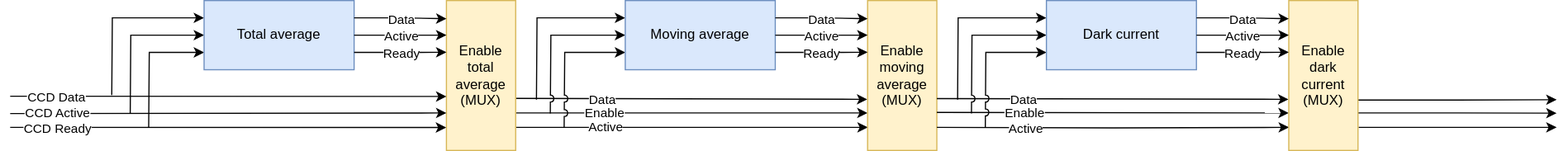
sesimo/monorepo keeps this draw.io diagram as charts/pipeline.svg. Above is the earlier version. Source tidied: cells renumbered, new cells last; positions are measured from the earlier drawing's top-left corner, leaving out a move shared by most shapes. Source of this version:
```xml
<mxGraphModel>
  <root>
    <mxCell id="0" />
    <mxCell id="1" parent="0" />
    <mxCell id="2" style="edgeStyle=orthogonalEdgeStyle;rounded=0;jettySize=auto;html=1;exitX=0;exitY=0.25;exitDx=0;exitDy=0;endArrow=none;startFill=1;startArrow=classic;" parent="1" edge="1" source="5">
      <mxGeometry relative="1" as="geometry">
        <mxPoint x="88" y="82" as="targetPoint" />
      </mxGeometry>
    </mxCell>
    <mxCell id="3" style="edgeStyle=orthogonalEdgeStyle;rounded=0;jettySize=auto;html=1;exitX=0;exitY=0.5;exitDx=0;exitDy=0;endArrow=none;startFill=1;startArrow=classic;" parent="1" edge="1" source="5">
      <mxGeometry relative="1" as="geometry">
        <mxPoint x="104" y="98" as="targetPoint" />
      </mxGeometry>
    </mxCell>
    <mxCell id="4" style="edgeStyle=orthogonalEdgeStyle;rounded=0;jettySize=auto;html=1;exitX=0;exitY=0.75;exitDx=0;exitDy=0;endArrow=none;startFill=1;startArrow=classic;" parent="1" edge="1" source="5">
      <mxGeometry relative="1" as="geometry">
        <mxPoint x="120" y="110" as="targetPoint" />
      </mxGeometry>
    </mxCell>
    <mxCell id="5" value="Total average" style="rounded=0;whiteSpace=wrap;html=1;fillColor=#dae8fc;strokeColor=#6c8ebf;" parent="1" vertex="1">
      <mxGeometry x="168" width="130" height="60" as="geometry" />
    </mxCell>
    <mxCell id="6" style="edgeStyle=orthogonalEdgeStyle;rounded=0;jettySize=auto;html=1;exitX=1.001;exitY=0.846;exitDx=0;exitDy=0;entryX=0.003;entryY=0.846;entryDx=0;entryDy=0;entryPerimeter=0;exitPerimeter=0;" parent="1" edge="1" source="12" target="27">
      <mxGeometry relative="1" as="geometry" />
    </mxCell>
    <mxCell id="7" value="Active" style="edgeLabel;html=1;align=center;verticalAlign=middle;" parent="6" vertex="1">
      <mxGeometry x="-0.49" relative="1" as="geometry" />
    </mxCell>
    <mxCell id="8" style="edgeStyle=orthogonalEdgeStyle;rounded=0;jettySize=auto;html=1;exitX=1;exitY=0.75;exitDx=0;exitDy=0;entryX=0;entryY=0.75;entryDx=0;entryDy=0;" parent="1" edge="1" source="12" target="27">
      <mxGeometry relative="1" as="geometry" />
    </mxCell>
    <mxCell id="9" value="Enable" style="edgeLabel;html=1;align=center;verticalAlign=middle;" parent="8" vertex="1">
      <mxGeometry x="-0.5" relative="1" as="geometry" />
    </mxCell>
    <mxCell id="10" style="edgeStyle=orthogonalEdgeStyle;rounded=0;jettySize=auto;html=1;exitX=1;exitY=0.653;exitDx=0;exitDy=0;entryX=-0.004;entryY=0.659;entryDx=0;entryDy=0;exitPerimeter=0;entryPerimeter=0;" parent="1" edge="1" source="12" target="27">
      <mxGeometry relative="1" as="geometry">
        <Array as="points">
          <mxPoint x="440" y="85" />
        </Array>
      </mxGeometry>
    </mxCell>
    <mxCell id="11" value="Data" style="edgeLabel;html=1;align=center;verticalAlign=middle;" parent="10" vertex="1">
      <mxGeometry x="-0.49" relative="1" as="geometry">
        <mxPoint x="-3" as="offset" />
      </mxGeometry>
    </mxCell>
    <mxCell id="12" value="Enable total average (MUX)" style="rounded=0;whiteSpace=wrap;html=1;fillColor=#fff2cc;strokeColor=#d6b656;" parent="1" vertex="1">
      <mxGeometry x="378" width="60" height="130" as="geometry" />
    </mxCell>
    <mxCell id="13" style="edgeStyle=orthogonalEdgeStyle;rounded=0;jettySize=auto;html=1;exitX=1;exitY=0.25;exitDx=0;exitDy=0;entryX=0.001;entryY=0.121;entryDx=0;entryDy=0;entryPerimeter=0;" parent="1" edge="1" source="5" target="12">
      <mxGeometry relative="1" as="geometry" />
    </mxCell>
    <mxCell id="14" value="Data" style="edgeLabel;html=1;align=center;verticalAlign=middle;" parent="13" vertex="1">
      <mxGeometry x="-0.3" y="-1" relative="1" as="geometry">
        <mxPoint x="12" as="offset" />
      </mxGeometry>
    </mxCell>
    <mxCell id="15" style="edgeStyle=orthogonalEdgeStyle;rounded=0;jettySize=auto;html=1;exitX=1;exitY=0.5;exitDx=0;exitDy=0;" parent="1" edge="1" source="5">
      <mxGeometry relative="1" as="geometry">
        <mxPoint x="378" y="30" as="targetPoint" />
      </mxGeometry>
    </mxCell>
    <mxCell id="16" value="Active" style="edgeLabel;html=1;align=center;verticalAlign=middle;" parent="15" vertex="1">
      <mxGeometry x="-0.1" y="-1" relative="1" as="geometry">
        <mxPoint x="4" y="-1" as="offset" />
      </mxGeometry>
    </mxCell>
    <mxCell id="17" style="edgeStyle=orthogonalEdgeStyle;rounded=0;jettySize=auto;html=1;exitX=1;exitY=0.75;exitDx=0;exitDy=0;entryX=0;entryY=0.345;entryDx=0;entryDy=0;entryPerimeter=0;" parent="1" edge="1" source="5" target="12">
      <mxGeometry relative="1" as="geometry" />
    </mxCell>
    <mxCell id="18" value="Ready" style="edgeLabel;html=1;align=center;verticalAlign=middle;" parent="17" vertex="1">
      <mxGeometry x="-0.23" relative="1" as="geometry">
        <mxPoint x="9" as="offset" />
      </mxGeometry>
    </mxCell>
    <mxCell id="19" style="edgeStyle=orthogonalEdgeStyle;rounded=0;jettySize=auto;html=1;entryX=0;entryY=0.64;entryDx=0;entryDy=0;entryPerimeter=0;" parent="1" edge="1" target="12">
      <mxGeometry relative="1" as="geometry">
        <mxPoint y="83" as="sourcePoint" />
        <Array as="points">
          <mxPoint x="14" y="83" />
          <mxPoint x="14" y="83" />
        </Array>
      </mxGeometry>
    </mxCell>
    <mxCell id="20" value="CCD Data" style="edgeLabel;html=1;align=center;verticalAlign=middle;" parent="19" vertex="1">
      <mxGeometry x="-0.9" relative="1" as="geometry">
        <mxPoint x="21" as="offset" />
      </mxGeometry>
    </mxCell>
    <mxCell id="21" style="edgeStyle=orthogonalEdgeStyle;rounded=0;jettySize=auto;html=1;entryX=0;entryY=0.75;entryDx=0;entryDy=0;" parent="1" edge="1" target="12">
      <mxGeometry relative="1" as="geometry">
        <mxPoint y="98" as="sourcePoint" />
        <Array as="points">
          <mxPoint x="10" y="98" />
          <mxPoint x="268" y="98" />
        </Array>
      </mxGeometry>
    </mxCell>
    <mxCell id="22" value="CCD Active" style="edgeLabel;html=1;align=center;verticalAlign=middle;" parent="21" vertex="1">
      <mxGeometry x="-0.82" relative="1" as="geometry">
        <mxPoint x="7" as="offset" />
      </mxGeometry>
    </mxCell>
    <mxCell id="23" style="edgeStyle=orthogonalEdgeStyle;rounded=0;jettySize=auto;html=1;exitX=0;exitY=0.25;exitDx=0;exitDy=0;endArrow=none;startFill=1;startArrow=classic;" parent="1" edge="1" source="26">
      <mxGeometry relative="1" as="geometry">
        <mxPoint x="456" y="86" as="targetPoint" />
      </mxGeometry>
    </mxCell>
    <mxCell id="24" style="edgeStyle=orthogonalEdgeStyle;rounded=0;jettySize=auto;html=1;exitX=0;exitY=0.5;exitDx=0;exitDy=0;endArrow=none;startFill=1;startArrow=classic;jumpStyle=arc;" parent="1" edge="1" source="26">
      <mxGeometry relative="1" as="geometry">
        <mxPoint x="468" y="98" as="targetPoint" />
      </mxGeometry>
    </mxCell>
    <mxCell id="25" style="edgeStyle=orthogonalEdgeStyle;rounded=0;jettySize=auto;html=1;exitX=0;exitY=0.75;exitDx=0;exitDy=0;startArrow=classic;startFill=1;endArrow=none;jumpStyle=arc;" parent="1" edge="1" source="26">
      <mxGeometry relative="1" as="geometry">
        <mxPoint x="480" y="110" as="targetPoint" />
      </mxGeometry>
    </mxCell>
    <mxCell id="26" value="Moving average" style="rounded=0;whiteSpace=wrap;html=1;fillColor=#dae8fc;strokeColor=#6c8ebf;" parent="1" vertex="1">
      <mxGeometry x="532.9" width="130" height="60" as="geometry" />
    </mxCell>
    <mxCell id="27" value="Enable moving average (MUX)" style="rounded=0;whiteSpace=wrap;html=1;fillColor=#fff2cc;strokeColor=#d6b656;" parent="1" vertex="1">
      <mxGeometry x="742.9" width="60" height="130" as="geometry" />
    </mxCell>
    <mxCell id="28" style="edgeStyle=orthogonalEdgeStyle;rounded=0;jettySize=auto;html=1;exitX=1;exitY=0.25;exitDx=0;exitDy=0;entryX=0.001;entryY=0.121;entryDx=0;entryDy=0;entryPerimeter=0;" parent="1" edge="1" source="26" target="27">
      <mxGeometry relative="1" as="geometry" />
    </mxCell>
    <mxCell id="29" value="Data" style="edgeLabel;html=1;align=center;verticalAlign=middle;" parent="28" vertex="1">
      <mxGeometry x="-0.3" y="-1" relative="1" as="geometry">
        <mxPoint x="12" as="offset" />
      </mxGeometry>
    </mxCell>
    <mxCell id="30" style="edgeStyle=orthogonalEdgeStyle;rounded=0;jettySize=auto;html=1;exitX=1;exitY=0.5;exitDx=0;exitDy=0;" parent="1" edge="1" source="26">
      <mxGeometry relative="1" as="geometry">
        <mxPoint x="742.9" y="30" as="targetPoint" />
      </mxGeometry>
    </mxCell>
    <mxCell id="31" value="Active" style="edgeLabel;html=1;align=center;verticalAlign=middle;" parent="30" vertex="1">
      <mxGeometry x="-0.1" y="-1" relative="1" as="geometry">
        <mxPoint x="4" y="-1" as="offset" />
      </mxGeometry>
    </mxCell>
    <mxCell id="32" style="edgeStyle=orthogonalEdgeStyle;rounded=0;jettySize=auto;html=1;exitX=1;exitY=0.75;exitDx=0;exitDy=0;entryX=0;entryY=0.345;entryDx=0;entryDy=0;entryPerimeter=0;" parent="1" edge="1" source="26" target="27">
      <mxGeometry relative="1" as="geometry" />
    </mxCell>
    <mxCell id="33" value="Ready" style="edgeLabel;html=1;align=center;verticalAlign=middle;" parent="32" vertex="1">
      <mxGeometry x="-0.23" relative="1" as="geometry">
        <mxPoint x="9" as="offset" />
      </mxGeometry>
    </mxCell>
    <mxCell id="34" style="edgeStyle=orthogonalEdgeStyle;rounded=0;jettySize=auto;html=1;entryX=-0.004;entryY=0.847;entryDx=0;entryDy=0;entryPerimeter=0;" parent="1" edge="1" target="12">
      <mxGeometry relative="1" as="geometry">
        <mxPoint y="110" as="sourcePoint" />
        <Array as="points">
          <mxPoint x="10" y="110" />
        </Array>
      </mxGeometry>
    </mxCell>
    <mxCell id="35" value="CCD Ready" style="edgeLabel;html=1;align=center;verticalAlign=middle;" parent="34" vertex="1">
      <mxGeometry x="-0.84" relative="1" as="geometry">
        <mxPoint x="10" as="offset" />
      </mxGeometry>
    </mxCell>
    <mxCell id="36" style="edgeStyle=orthogonalEdgeStyle;rounded=0;jettySize=auto;html=1;exitX=1.001;exitY=0.846;exitDx=0;exitDy=0;entryX=0.003;entryY=0.846;entryDx=0;entryDy=0;entryPerimeter=0;exitPerimeter=0;" parent="1" edge="1" target="49">
      <mxGeometry relative="1" as="geometry">
        <mxPoint x="802.9" y="110" as="sourcePoint" />
      </mxGeometry>
    </mxCell>
    <mxCell id="37" value="Active" style="edgeLabel;html=1;align=center;verticalAlign=middle;" parent="36" vertex="1">
      <mxGeometry x="-0.49" relative="1" as="geometry" />
    </mxCell>
    <mxCell id="38" style="edgeStyle=orthogonalEdgeStyle;rounded=0;jettySize=auto;html=1;exitX=1;exitY=0.75;exitDx=0;exitDy=0;entryX=0;entryY=0.75;entryDx=0;entryDy=0;" parent="1" edge="1" target="49">
      <mxGeometry relative="1" as="geometry">
        <mxPoint x="802.9" y="97" as="sourcePoint" />
      </mxGeometry>
    </mxCell>
    <mxCell id="39" value="Enable" style="edgeLabel;html=1;align=center;verticalAlign=middle;" parent="38" vertex="1">
      <mxGeometry x="-0.5" relative="1" as="geometry" />
    </mxCell>
    <mxCell id="40" style="edgeStyle=orthogonalEdgeStyle;rounded=0;jettySize=auto;html=1;exitX=1;exitY=0.653;exitDx=0;exitDy=0;entryX=-0.004;entryY=0.659;entryDx=0;entryDy=0;exitPerimeter=0;entryPerimeter=0;" parent="1" edge="1" target="49">
      <mxGeometry relative="1" as="geometry">
        <mxPoint x="802.9" y="85" as="sourcePoint" />
        <Array as="points">
          <mxPoint x="804.9" y="85" />
        </Array>
      </mxGeometry>
    </mxCell>
    <mxCell id="41" value="Data" style="edgeLabel;html=1;align=center;verticalAlign=middle;" parent="40" vertex="1">
      <mxGeometry x="-0.49" relative="1" as="geometry">
        <mxPoint x="-3" as="offset" />
      </mxGeometry>
    </mxCell>
    <mxCell id="42" style="edgeStyle=orthogonalEdgeStyle;rounded=0;jettySize=auto;html=1;exitX=0;exitY=0.25;exitDx=0;exitDy=0;endArrow=none;startFill=1;startArrow=classic;" parent="1" edge="1" source="45">
      <mxGeometry relative="1" as="geometry">
        <mxPoint x="820.9" y="86" as="targetPoint" />
      </mxGeometry>
    </mxCell>
    <mxCell id="43" style="edgeStyle=orthogonalEdgeStyle;rounded=0;jettySize=auto;html=1;exitX=0;exitY=0.5;exitDx=0;exitDy=0;endArrow=none;startFill=1;startArrow=classic;jumpStyle=arc;" parent="1" edge="1" source="45">
      <mxGeometry relative="1" as="geometry">
        <mxPoint x="832.9" y="98" as="targetPoint" />
      </mxGeometry>
    </mxCell>
    <mxCell id="44" style="edgeStyle=orthogonalEdgeStyle;rounded=0;jettySize=auto;html=1;exitX=0;exitY=0.75;exitDx=0;exitDy=0;startArrow=classic;startFill=1;endArrow=none;jumpStyle=arc;" parent="1" edge="1" source="45">
      <mxGeometry relative="1" as="geometry">
        <mxPoint x="844.9" y="110" as="targetPoint" />
      </mxGeometry>
    </mxCell>
    <mxCell id="45" value="Dark current" style="rounded=0;whiteSpace=wrap;html=1;fillColor=#dae8fc;strokeColor=#6c8ebf;" parent="1" vertex="1">
      <mxGeometry x="897.9" width="130" height="60" as="geometry" />
    </mxCell>
    <mxCell id="46" style="edgeStyle=orthogonalEdgeStyle;rounded=0;jettySize=auto;html=1;exitX=1.008;exitY=0.846;exitDx=0;exitDy=0;exitPerimeter=0;" parent="1" edge="1" source="49">
      <mxGeometry relative="1" as="geometry">
        <mxPoint x="1340" y="110" as="targetPoint" />
        <Array as="points">
          <mxPoint x="1340" y="110" />
        </Array>
      </mxGeometry>
    </mxCell>
    <mxCell id="47" style="edgeStyle=orthogonalEdgeStyle;rounded=0;jettySize=auto;html=1;exitX=1;exitY=0.75;exitDx=0;exitDy=0;" parent="1" edge="1" source="49">
      <mxGeometry relative="1" as="geometry">
        <mxPoint x="1340" y="97.7" as="targetPoint" />
      </mxGeometry>
    </mxCell>
    <mxCell id="48" style="edgeStyle=orthogonalEdgeStyle;rounded=0;jettySize=auto;html=1;exitX=0.996;exitY=0.664;exitDx=0;exitDy=0;exitPerimeter=0;" parent="1" edge="1" source="49">
      <mxGeometry relative="1" as="geometry">
        <mxPoint x="1340" y="86" as="targetPoint" />
      </mxGeometry>
    </mxCell>
    <mxCell id="49" value="&lt;div&gt;Enable dark current&lt;/div&gt;&lt;div&gt;(MUX)&lt;/div&gt;" style="rounded=0;whiteSpace=wrap;html=1;fillColor=#fff2cc;strokeColor=#d6b656;" parent="1" vertex="1">
      <mxGeometry x="1107.9" width="60" height="130" as="geometry" />
    </mxCell>
    <mxCell id="50" style="edgeStyle=orthogonalEdgeStyle;rounded=0;jettySize=auto;html=1;exitX=1;exitY=0.25;exitDx=0;exitDy=0;entryX=0.001;entryY=0.121;entryDx=0;entryDy=0;entryPerimeter=0;" parent="1" edge="1" source="45" target="49">
      <mxGeometry relative="1" as="geometry" />
    </mxCell>
    <mxCell id="51" value="Data" style="edgeLabel;html=1;align=center;verticalAlign=middle;" parent="50" vertex="1">
      <mxGeometry x="-0.3" y="-1" relative="1" as="geometry">
        <mxPoint x="12" as="offset" />
      </mxGeometry>
    </mxCell>
    <mxCell id="52" style="edgeStyle=orthogonalEdgeStyle;rounded=0;jettySize=auto;html=1;exitX=1;exitY=0.5;exitDx=0;exitDy=0;" parent="1" edge="1" source="45">
      <mxGeometry relative="1" as="geometry">
        <mxPoint x="1107.9" y="30" as="targetPoint" />
      </mxGeometry>
    </mxCell>
    <mxCell id="53" value="Active" style="edgeLabel;html=1;align=center;verticalAlign=middle;" parent="52" vertex="1">
      <mxGeometry x="-0.1" y="-1" relative="1" as="geometry">
        <mxPoint x="4" y="-1" as="offset" />
      </mxGeometry>
    </mxCell>
    <mxCell id="54" style="edgeStyle=orthogonalEdgeStyle;rounded=0;jettySize=auto;html=1;exitX=1;exitY=0.75;exitDx=0;exitDy=0;entryX=0;entryY=0.345;entryDx=0;entryDy=0;entryPerimeter=0;" parent="1" edge="1" source="45" target="49">
      <mxGeometry relative="1" as="geometry" />
    </mxCell>
    <mxCell id="55" value="Ready" style="edgeLabel;html=1;align=center;verticalAlign=middle;" parent="54" vertex="1">
      <mxGeometry x="-0.23" relative="1" as="geometry">
        <mxPoint x="9" as="offset" />
      </mxGeometry>
    </mxCell>
  </root>
</mxGraphModel>
```
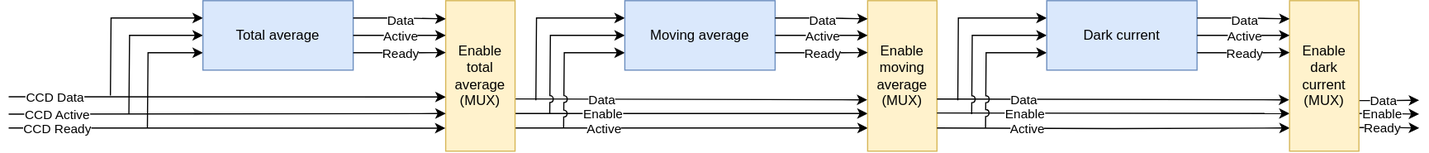
The same diagram one commit later.

The edit, as a diff of the source:
```diff
@@ -208,24 +208,36 @@
     <mxCell id="45" value="Dark current" style="rounded=0;whiteSpace=wrap;html=1;fillColor=#dae8fc;strokeColor=#6c8ebf;" parent="1" vertex="1">
       <mxGeometry x="897.9" width="130" height="60" as="geometry" />
     </mxCell>
-    <mxCell id="46" style="edgeStyle=orthogonalEdgeStyle;rounded=0;jettySize=auto;html=1;exitX=1.008;exitY=0.846;exitDx=0;exitDy=0;exitPerimeter=0;" parent="1" edge="1" source="49">
-      <mxGeometry relative="1" as="geometry">
-        <mxPoint x="1340" y="110" as="targetPoint" />
-        <Array as="points">
-          <mxPoint x="1340" y="110" />
-        </Array>
-      </mxGeometry>
-    </mxCell>
     <mxCell id="47" style="edgeStyle=orthogonalEdgeStyle;rounded=0;jettySize=auto;html=1;exitX=1;exitY=0.75;exitDx=0;exitDy=0;" parent="1" edge="1" source="49">
       <mxGeometry relative="1" as="geometry">
-        <mxPoint x="1340" y="97.7" as="targetPoint" />
+        <mxPoint x="1220" y="98" as="targetPoint" />
       </mxGeometry>
     </mxCell>
+    <mxCell id="56" value="Enable" style="edgeLabel;html=1;align=center;verticalAlign=middle;" parent="47" vertex="1">
+      <mxGeometry x="-0.75" relative="1" as="geometry">
+        <mxPoint x="13" as="offset" />
+      </mxGeometry>
+    </mxCell>
     <mxCell id="48" style="edgeStyle=orthogonalEdgeStyle;rounded=0;jettySize=auto;html=1;exitX=0.996;exitY=0.664;exitDx=0;exitDy=0;exitPerimeter=0;" parent="1" edge="1" source="49">
       <mxGeometry relative="1" as="geometry">
-        <mxPoint x="1340" y="86" as="targetPoint" />
+        <mxPoint x="1220" y="86" as="targetPoint" />
       </mxGeometry>
     </mxCell>
+    <mxCell id="57" value="Data" style="edgeLabel;html=1;align=center;verticalAlign=middle;" parent="48" vertex="1">
+      <mxGeometry x="-0.71" relative="1" as="geometry">
+        <mxPoint x="13" as="offset" />
+      </mxGeometry>
+    </mxCell>
+    <mxCell id="58" style="edgeStyle=orthogonalEdgeStyle;rounded=0;jettySize=auto;html=1;exitX=0.992;exitY=0.843;exitDx=0;exitDy=0;exitPerimeter=0;" parent="1" edge="1" source="49">
+      <mxGeometry relative="1" as="geometry">
+        <mxPoint x="1220" y="110" as="targetPoint" />
+      </mxGeometry>
+    </mxCell>
+    <mxCell id="59" value="Ready" style="edgeLabel;html=1;align=center;verticalAlign=middle;" parent="58" vertex="1">
+      <mxGeometry x="-0.28" relative="1" as="geometry">
+        <mxPoint x="1" as="offset" />
+      </mxGeometry>
+    </mxCell>
     <mxCell id="49" value="&lt;div&gt;Enable dark current&lt;/div&gt;&lt;div&gt;(MUX)&lt;/div&gt;" style="rounded=0;whiteSpace=wrap;html=1;fillColor=#fff2cc;strokeColor=#d6b656;" parent="1" vertex="1">
       <mxGeometry x="1107.9" width="60" height="130" as="geometry" />
     </mxCell>
```
